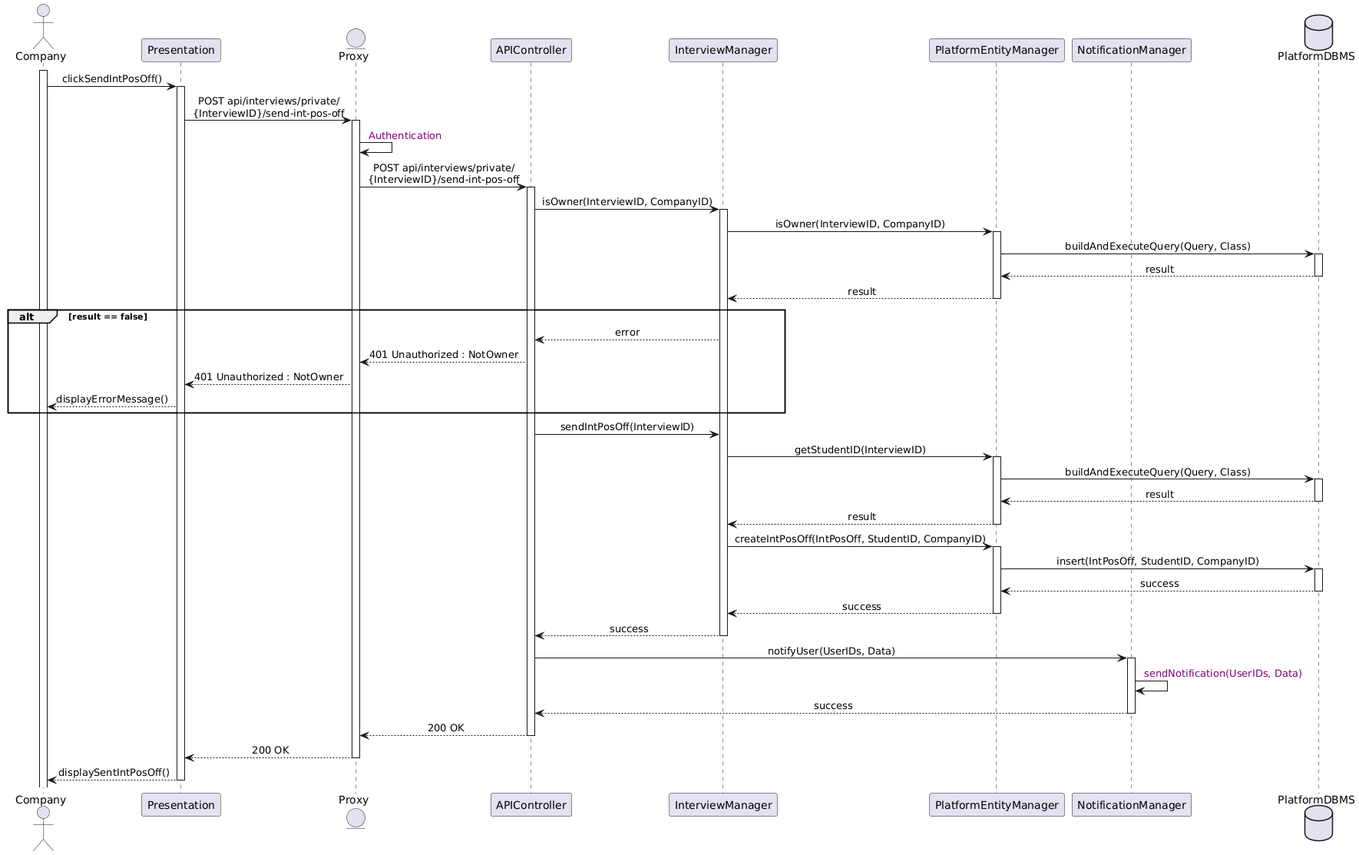
Before: Diagrams/SequenceDiagrams/DD/Images/21CompanySendsIntPosOff.png, a diagram exported from PlantUML (Slaitroc/RicciPaoliGrisoni).
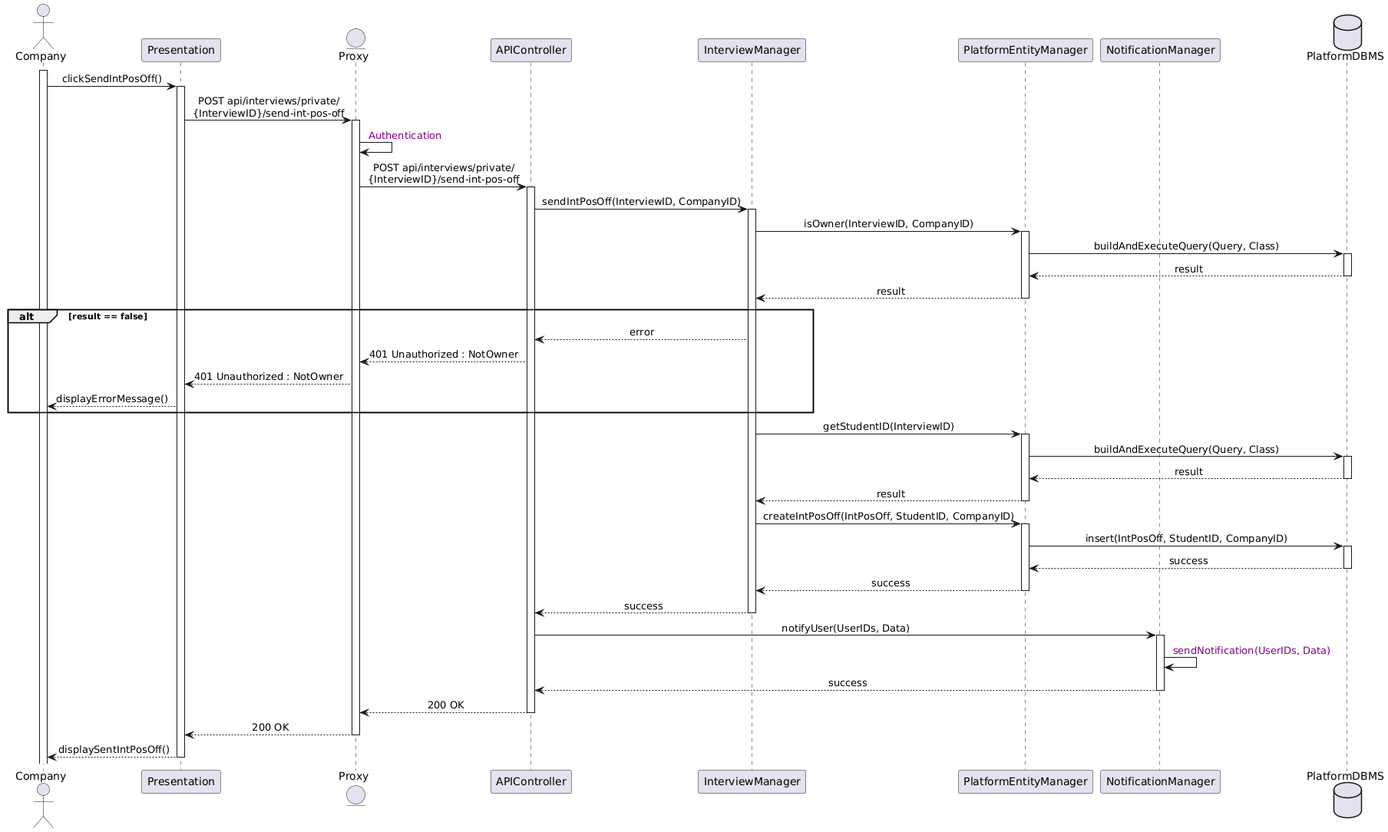
The same diagram one commit later.

Diff of the diagram source:
```diff
@@ -18,7 +18,7 @@
 Proxy -> Proxy : <color:purple> Authentication
 Proxy -> APIController : POST api/interviews/private/\n{InterviewID}/send-int-pos-off
 activate APIController
-APIController -> InterviewManager : isOwner(InterviewID, CompanyID)
+APIController -> InterviewManager : sendIntPosOff(InterviewID, CompanyID)
 activate InterviewManager
 InterviewManager -> PlatformEntityManager : isOwner(InterviewID, CompanyID)
 activate PlatformEntityManager
@@ -34,7 +34,6 @@
 Proxy --> Presentation : 401 Unauthorized : NotOwner
 Presentation --> Company : displayErrorMessage()
 end
-APIController -> InterviewManager : sendIntPosOff(InterviewID)
 InterviewManager -> PlatformEntityManager : getStudentID(InterviewID)
 activate PlatformEntityManager
 PlatformEntityManager -> PlatformDBMS : buildAndExecuteQuery(Query, Class)
```
